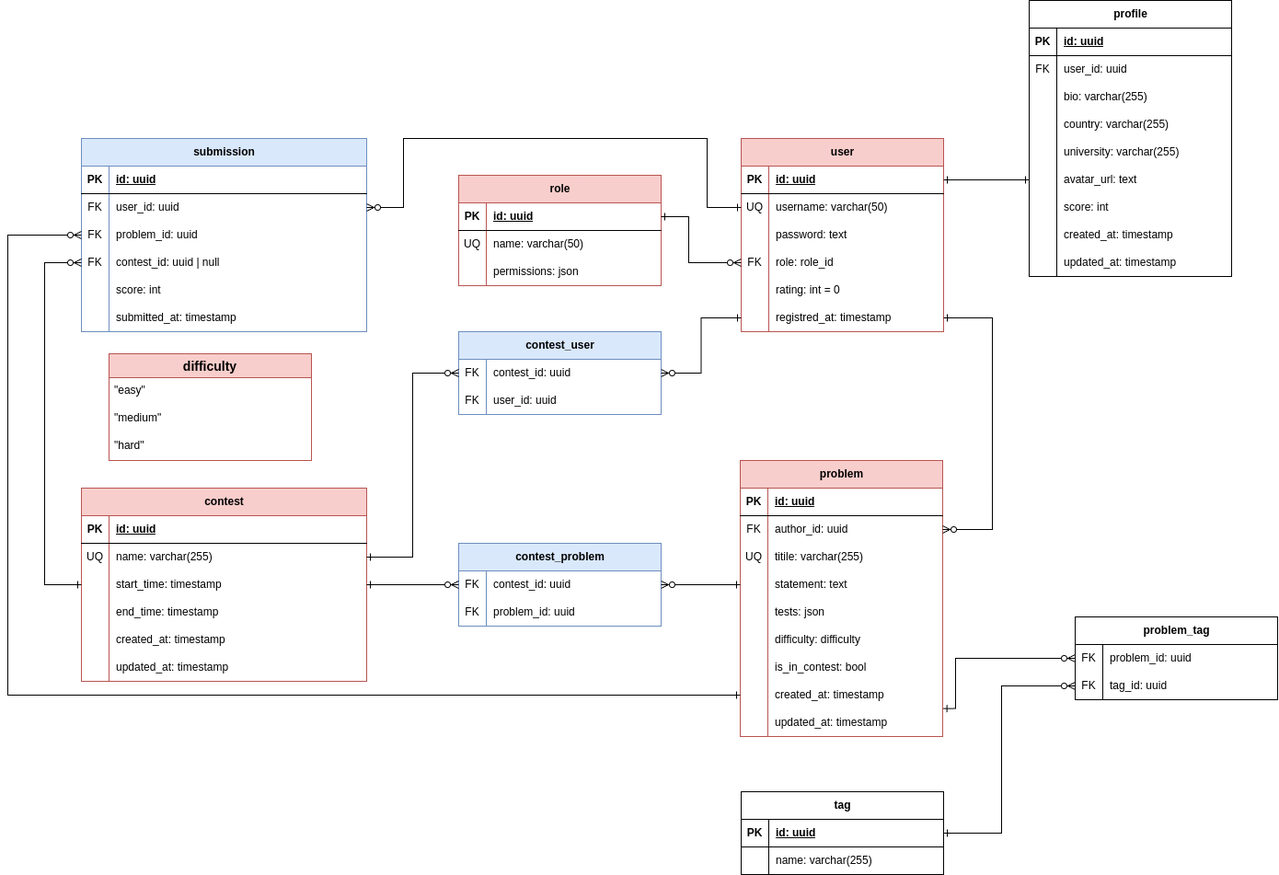
Above: docs/erd.png in Jduun/contest-platform (draw.io), before the change. Source tidied: cells renumbered, new cells last; positions are measured from the earlier drawing's top-left corner, leaving out a move shared by most shapes.
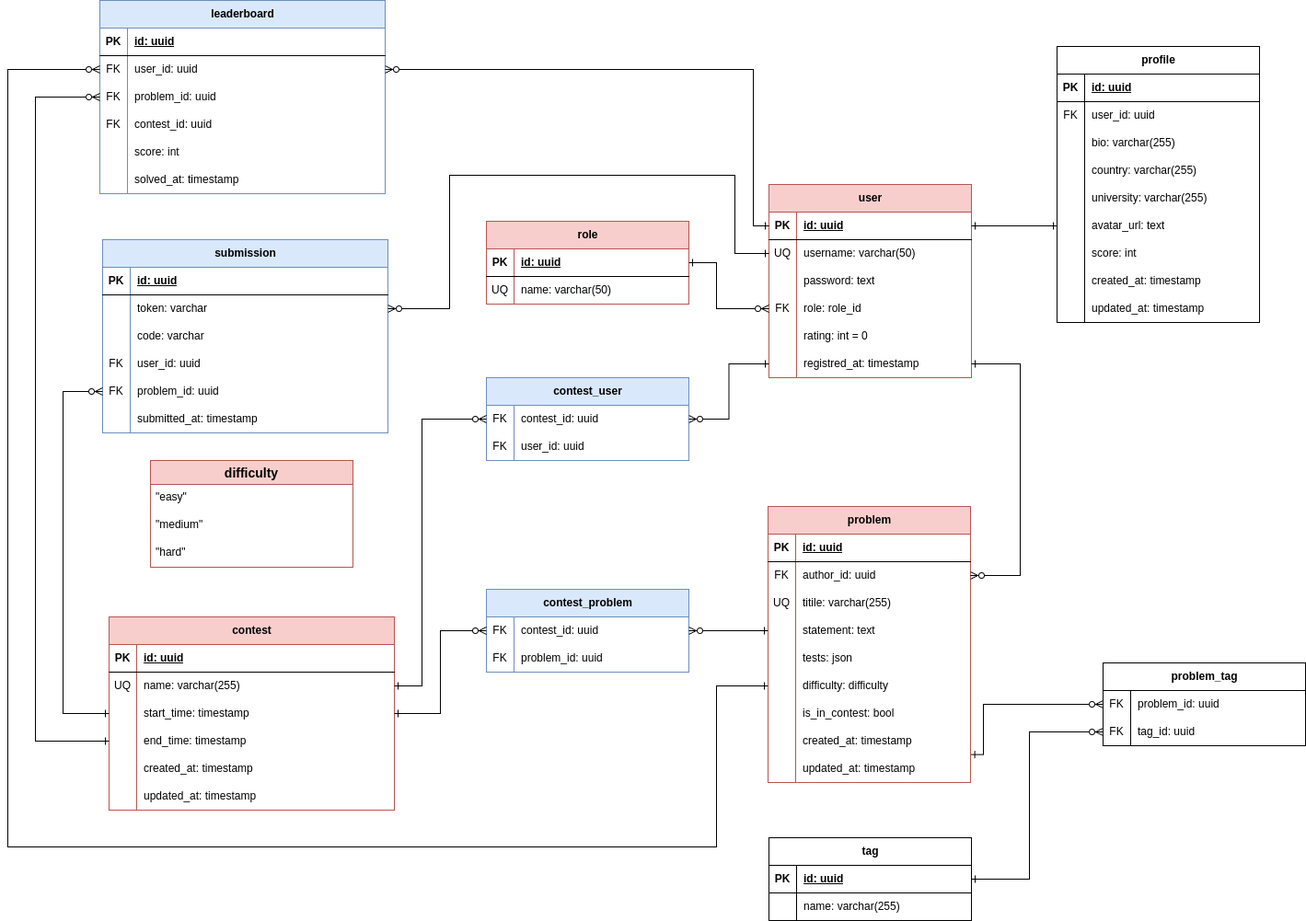
After the change.

Commit message:
fix: little changes in db entities

The edit, as a diff of the source:
```diff
@@ -144,7 +144,7 @@
       <mxGeometry x="30" width="190" height="30" as="geometry" />
     </mxCell>
     <mxCell id="49" value="difficulty" style="swimlane;fontStyle=1;horizontal=1;startSize=26;align=center;fontSize=14;fillColor=#f8cecc;strokeColor=#b85450;" parent="1" vertex="1">
-      <mxGeometry x="110" y="384" width="220" height="116" as="geometry" />
+      <mxGeometry x="125" y="450" width="220" height="116" as="geometry" />
     </mxCell>
     <mxCell id="50" value="&quot;easy&quot;" style="text;strokeColor=none;fillColor=none;spacingLeft=4;spacingRight=4;overflow=hidden;fontSize=12;whiteSpace=wrap;html=1;" parent="49" vertex="1">
       <mxGeometry y="26" width="220" height="30" as="geometry" />
@@ -301,7 +301,7 @@
       <mxGeometry relative="1" as="geometry" />
     </mxCell>
     <mxCell id="98" value="role" style="shape=table;startSize=30;rowLines=0;fontStyle=1;align=center;html=1;fillColor=#f8cecc;strokeColor=#b85450;" parent="1" vertex="1">
-      <mxGeometry x="490" y="190" width="220" height="120" as="geometry" />
+      <mxGeometry x="490" y="190" width="220" height="90" as="geometry" />
     </mxCell>
     <mxCell id="99" style="shape=tableRow;horizontal=0;startSize=0;swimlaneHead=0;swimlaneBody=0;fillColor=none;points=[[0,0.5],[1,0.5]];portConstraint=eastwest;top=0;left=0;right=0;bottom=1;" parent="98" vertex="1">
       <mxGeometry y="30" width="220" height="30" as="geometry" />
@@ -321,15 +321,6 @@
     <mxCell id="104" value="name: varchar(50)" style="shape=partialRectangle;fillColor=none;top=0;left=0;bottom=0;right=0;align=left;spacingLeft=6;overflow=hidden;whiteSpace=wrap;html=1;" parent="102" vertex="1">
       <mxGeometry x="30" width="190" height="30" as="geometry" />
     </mxCell>
-    <mxCell id="105" style="shape=tableRow;horizontal=0;startSize=0;swimlaneHead=0;swimlaneBody=0;fillColor=none;top=0;left=0;right=0;bottom=0;" parent="98" vertex="1">
-      <mxGeometry y="90" width="220" height="30" as="geometry" />
-    </mxCell>
-    <mxCell id="106" style="shape=partialRectangle;fillColor=none;top=0;left=0;bottom=0;right=0;overflow=hidden;whiteSpace=wrap;html=1;" parent="105" vertex="1">
-      <mxGeometry width="30" height="30" as="geometry" />
-    </mxCell>
-    <mxCell id="107" value="permissions: json" style="shape=partialRectangle;fillColor=none;top=0;left=0;bottom=0;right=0;align=left;spacingLeft=6;overflow=hidden;whiteSpace=wrap;html=1;" parent="105" vertex="1">
-      <mxGeometry x="30" width="190" height="30" as="geometry" />
-    </mxCell>
     <mxCell id="108" style="edgeStyle=orthogonalEdgeStyle;rounded=0;jettySize=auto;html=1;exitX=1;exitY=0.5;exitDx=0;exitDy=0;entryX=0;entryY=0.5;entryDx=0;entryDy=0;startArrow=ERone;startFill=0;endArrow=ERzeroToMany;endFill=0;" parent="1" edge="1" source="99" target="12">
       <mxGeometry relative="1" as="geometry">
         <Array as="points">
@@ -339,7 +330,7 @@
       </mxGeometry>
     </mxCell>
     <mxCell id="109" value="contest" style="shape=table;startSize=30;rowLines=0;fontStyle=1;align=center;html=1;fillColor=#f8cecc;strokeColor=#b85450;" parent="1" vertex="1">
-      <mxGeometry x="80" y="530" width="310" height="210" as="geometry" />
+      <mxGeometry x="80" y="620" width="310" height="210" as="geometry" />
     </mxCell>
     <mxCell id="110" style="shape=tableRow;horizontal=0;startSize=0;swimlaneHead=0;swimlaneBody=0;fillColor=none;top=0;left=0;right=0;bottom=1;" parent="109" vertex="1">
       <mxGeometry y="30" width="310" height="30" as="geometry" />
@@ -444,13 +435,18 @@
       <mxGeometry relative="1" as="geometry" />
     </mxCell>
     <mxCell id="144" style="edgeStyle=orthogonalEdgeStyle;rounded=0;jettySize=auto;html=1;exitX=1;exitY=0.5;exitDx=0;exitDy=0;entryX=0;entryY=0.5;entryDx=0;entryDy=0;startArrow=ERone;startFill=0;endArrow=ERzeroToMany;endFill=0;" parent="1" edge="1" source="113" target="136">
-      <mxGeometry relative="1" as="geometry" />
+      <mxGeometry relative="1" as="geometry">
+        <Array as="points">
+          <mxPoint x="420" y="695" />
+          <mxPoint x="420" y="405" />
+        </Array>
+      </mxGeometry>
     </mxCell>
     <mxCell id="145" style="edgeStyle=orthogonalEdgeStyle;rounded=0;jettySize=auto;html=1;exitX=0;exitY=0.5;exitDx=0;exitDy=0;entryX=1;entryY=0.5;entryDx=0;entryDy=0;startArrow=ERone;startFill=0;endArrow=ERzeroToMany;endFill=0;" parent="1" edge="1" source="18" target="136">
       <mxGeometry relative="1" as="geometry" />
     </mxCell>
     <mxCell id="146" value="submission" style="shape=table;startSize=30;rowLines=0;fontStyle=1;align=center;html=1;fillColor=#dae8fc;strokeColor=#6c8ebf;" parent="1" vertex="1">
-      <mxGeometry x="80" y="150" width="310" height="210" as="geometry" />
+      <mxGeometry x="73" y="210" width="310" height="210" as="geometry" />
     </mxCell>
     <mxCell id="147" style="shape=tableRow;horizontal=0;startSize=0;swimlaneHead=0;swimlaneBody=0;fillColor=none;top=0;left=0;right=0;bottom=1;" parent="146" vertex="1">
       <mxGeometry y="30" width="310" height="30" as="geometry" />
@@ -464,14 +460,32 @@
     <mxCell id="150" style="shape=tableRow;horizontal=0;startSize=0;swimlaneHead=0;swimlaneBody=0;fillColor=none;points=[[0,0.5],[1,0.5]];portConstraint=eastwest;top=0;left=0;right=0;bottom=0;" parent="146" vertex="1">
       <mxGeometry y="60" width="310" height="30" as="geometry" />
     </mxCell>
-    <mxCell id="151" value="FK" style="shape=partialRectangle;fillColor=none;top=0;left=0;bottom=0;right=0;overflow=hidden;whiteSpace=wrap;html=1;" parent="150" vertex="1">
+    <mxCell id="151" style="shape=partialRectangle;fillColor=none;top=0;left=0;bottom=0;right=0;overflow=hidden;whiteSpace=wrap;html=1;" parent="150" vertex="1">
       <mxGeometry width="30" height="30" as="geometry" />
     </mxCell>
-    <mxCell id="152" value="user_id: uuid" style="shape=partialRectangle;fillColor=none;top=0;left=0;bottom=0;right=0;align=left;spacingLeft=6;overflow=hidden;whiteSpace=wrap;html=1;" parent="150" vertex="1">
+    <mxCell id="152" value="token: varchar" style="shape=partialRectangle;fillColor=none;top=0;left=0;bottom=0;right=0;align=left;spacingLeft=6;overflow=hidden;whiteSpace=wrap;html=1;" parent="150" vertex="1">
       <mxGeometry x="30" width="280" height="30" as="geometry" />
     </mxCell>
+    <mxCell id="169" style="shape=tableRow;horizontal=0;startSize=0;swimlaneHead=0;swimlaneBody=0;fillColor=none;top=0;left=0;right=0;bottom=0;" parent="146" vertex="1">
+      <mxGeometry y="90" width="310" height="30" as="geometry" />
+    </mxCell>
+    <mxCell id="170" style="shape=partialRectangle;fillColor=none;top=0;left=0;bottom=0;right=0;overflow=hidden;whiteSpace=wrap;html=1;" parent="169" vertex="1">
+      <mxGeometry width="30" height="30" as="geometry" />
+    </mxCell>
+    <mxCell id="171" value="code: varchar" style="shape=partialRectangle;fillColor=none;top=0;left=0;bottom=0;right=0;align=left;spacingLeft=6;overflow=hidden;whiteSpace=wrap;html=1;" parent="169" vertex="1">
+      <mxGeometry x="30" width="280" height="30" as="geometry" />
+    </mxCell>
+    <mxCell id="172" style="shape=tableRow;horizontal=0;startSize=0;swimlaneHead=0;swimlaneBody=0;fillColor=none;top=0;left=0;right=0;bottom=0;" parent="146" vertex="1">
+      <mxGeometry y="120" width="310" height="30" as="geometry" />
+    </mxCell>
+    <mxCell id="173" value="FK" style="shape=partialRectangle;fillColor=none;top=0;left=0;bottom=0;right=0;overflow=hidden;whiteSpace=wrap;html=1;" parent="172" vertex="1">
+      <mxGeometry width="30" height="30" as="geometry" />
+    </mxCell>
+    <mxCell id="174" value="user_id: uuid" style="shape=partialRectangle;fillColor=none;top=0;left=0;bottom=0;right=0;align=left;spacingLeft=6;overflow=hidden;whiteSpace=wrap;html=1;" parent="172" vertex="1">
+      <mxGeometry x="30" width="280" height="30" as="geometry" />
+    </mxCell>
     <mxCell id="153" style="shape=tableRow;horizontal=0;startSize=0;swimlaneHead=0;swimlaneBody=0;fillColor=none;points=[[0,0.5],[1,0.5]];portConstraint=eastwest;top=0;left=0;right=0;bottom=0;" parent="146" vertex="1">
-      <mxGeometry y="90" width="310" height="30" as="geometry" />
+      <mxGeometry y="150" width="310" height="30" as="geometry" />
     </mxCell>
     <mxCell id="154" value="FK" style="shape=partialRectangle;fillColor=none;top=0;left=0;bottom=0;right=0;overflow=hidden;whiteSpace=wrap;html=1;" parent="153" vertex="1">
       <mxGeometry width="30" height="30" as="geometry" />
@@ -479,24 +493,6 @@
     <mxCell id="155" value="problem_id: uuid" style="shape=partialRectangle;fillColor=none;top=0;left=0;bottom=0;right=0;align=left;spacingLeft=6;overflow=hidden;whiteSpace=wrap;html=1;" parent="153" vertex="1">
       <mxGeometry x="30" width="280" height="30" as="geometry" />
     </mxCell>
-    <mxCell id="156" style="shape=tableRow;horizontal=0;startSize=0;swimlaneHead=0;swimlaneBody=0;fillColor=none;points=[[0,0.5],[1,0.5]];portConstraint=eastwest;top=0;left=0;right=0;bottom=0;" parent="146" vertex="1">
-      <mxGeometry y="120" width="310" height="30" as="geometry" />
-    </mxCell>
-    <mxCell id="157" value="FK" style="shape=partialRectangle;fillColor=none;top=0;left=0;bottom=0;right=0;overflow=hidden;whiteSpace=wrap;html=1;" parent="156" vertex="1">
-      <mxGeometry width="30" height="30" as="geometry" />
-    </mxCell>
-    <mxCell id="158" value="contest_id: uuid | null" style="shape=partialRectangle;fillColor=none;top=0;left=0;bottom=0;right=0;align=left;spacingLeft=6;overflow=hidden;whiteSpace=wrap;html=1;" parent="156" vertex="1">
-      <mxGeometry x="30" width="280" height="30" as="geometry" />
-    </mxCell>
-    <mxCell id="159" style="shape=tableRow;horizontal=0;startSize=0;swimlaneHead=0;swimlaneBody=0;fillColor=none;top=0;left=0;right=0;bottom=0;" parent="146" vertex="1">
-      <mxGeometry y="150" width="310" height="30" as="geometry" />
-    </mxCell>
-    <mxCell id="160" style="shape=partialRectangle;fillColor=none;top=0;left=0;bottom=0;right=0;overflow=hidden;whiteSpace=wrap;html=1;" parent="159" vertex="1">
-      <mxGeometry width="30" height="30" as="geometry" />
-    </mxCell>
-    <mxCell id="161" value="score: int" style="shape=partialRectangle;fillColor=none;top=0;left=0;bottom=0;right=0;align=left;spacingLeft=6;overflow=hidden;whiteSpace=wrap;html=1;" parent="159" vertex="1">
-      <mxGeometry x="30" width="280" height="30" as="geometry" />
-    </mxCell>
     <mxCell id="162" style="shape=tableRow;horizontal=0;startSize=0;swimlaneHead=0;swimlaneBody=0;fillColor=none;top=0;left=0;right=0;bottom=0;" parent="146" vertex="1">
       <mxGeometry y="180" width="310" height="30" as="geometry" />
     </mxCell>
@@ -506,39 +502,114 @@
     <mxCell id="164" value="submitted_at: timestamp" style="shape=partialRectangle;fillColor=none;top=0;left=0;bottom=0;right=0;align=left;spacingLeft=6;overflow=hidden;whiteSpace=wrap;html=1;" parent="162" vertex="1">
       <mxGeometry x="30" width="280" height="30" as="geometry" />
     </mxCell>
+    <mxCell id="168" style="edgeStyle=orthogonalEdgeStyle;rounded=0;jettySize=auto;html=1;exitX=1;exitY=0.5;exitDx=0;exitDy=0;entryX=1;entryY=0.5;entryDx=0;entryDy=0;startArrow=ERone;startFill=0;endArrow=ERzeroToMany;endFill=0;" parent="1" edge="1" source="18" target="25">
+      <mxGeometry relative="1" as="geometry">
+        <Array as="points">
+          <mxPoint x="1070" y="345" />
+          <mxPoint x="1070" y="575" />
+        </Array>
+      </mxGeometry>
+    </mxCell>
+    <mxCell id="175" value="leaderboard" style="shape=table;startSize=30;rowLines=0;fontStyle=1;align=center;html=1;fillColor=#dae8fc;strokeColor=#6c8ebf;" parent="1" vertex="1">
+      <mxGeometry x="70" y="-50" width="310" height="210" as="geometry" />
+    </mxCell>
+    <mxCell id="176" style="shape=tableRow;horizontal=0;startSize=0;swimlaneHead=0;swimlaneBody=0;fillColor=none;top=0;left=0;right=0;bottom=1;" parent="175" vertex="1">
+      <mxGeometry y="30" width="310" height="30" as="geometry" />
+    </mxCell>
+    <mxCell id="177" value="PK" style="shape=partialRectangle;fillColor=none;top=0;left=0;bottom=0;right=0;fontStyle=1;overflow=hidden;whiteSpace=wrap;html=1;" parent="176" vertex="1">
+      <mxGeometry width="30" height="30" as="geometry" />
+    </mxCell>
+    <mxCell id="178" value="id: uuid" style="shape=partialRectangle;fillColor=none;top=0;left=0;bottom=0;right=0;align=left;spacingLeft=6;fontStyle=5;overflow=hidden;whiteSpace=wrap;html=1;" parent="176" vertex="1">
+      <mxGeometry x="30" width="280" height="30" as="geometry" />
+    </mxCell>
+    <mxCell id="179" style="shape=tableRow;horizontal=0;startSize=0;swimlaneHead=0;swimlaneBody=0;fillColor=none;points=[[0,0.5],[1,0.5]];portConstraint=eastwest;top=0;left=0;right=0;bottom=0;" parent="175" vertex="1">
+      <mxGeometry y="60" width="310" height="30" as="geometry" />
+    </mxCell>
+    <mxCell id="180" value="FK" style="shape=partialRectangle;fillColor=none;top=0;left=0;bottom=0;right=0;overflow=hidden;whiteSpace=wrap;html=1;" parent="179" vertex="1">
+      <mxGeometry width="30" height="30" as="geometry" />
+    </mxCell>
+    <mxCell id="181" value="user_id: uuid" style="shape=partialRectangle;fillColor=none;top=0;left=0;bottom=0;right=0;align=left;spacingLeft=6;overflow=hidden;whiteSpace=wrap;html=1;" parent="179" vertex="1">
+      <mxGeometry x="30" width="280" height="30" as="geometry" />
+    </mxCell>
+    <mxCell id="182" style="shape=tableRow;horizontal=0;startSize=0;swimlaneHead=0;swimlaneBody=0;fillColor=none;points=[[0,0.5],[1,0.5]];portConstraint=eastwest;top=0;left=0;right=0;bottom=0;" parent="175" vertex="1">
+      <mxGeometry y="90" width="310" height="30" as="geometry" />
+    </mxCell>
+    <mxCell id="183" value="FK" style="shape=partialRectangle;fillColor=none;top=0;left=0;bottom=0;right=0;overflow=hidden;whiteSpace=wrap;html=1;" parent="182" vertex="1">
+      <mxGeometry width="30" height="30" as="geometry" />
+    </mxCell>
+    <mxCell id="184" value="problem_id: uuid" style="shape=partialRectangle;fillColor=none;top=0;left=0;bottom=0;right=0;align=left;spacingLeft=6;overflow=hidden;whiteSpace=wrap;html=1;" parent="182" vertex="1">
+      <mxGeometry x="30" width="280" height="30" as="geometry" />
+    </mxCell>
+    <mxCell id="185" style="shape=tableRow;horizontal=0;startSize=0;swimlaneHead=0;swimlaneBody=0;fillColor=none;top=0;left=0;right=0;bottom=0;" parent="175" vertex="1">
+      <mxGeometry y="120" width="310" height="30" as="geometry" />
+    </mxCell>
+    <mxCell id="186" value="FK" style="shape=partialRectangle;fillColor=none;top=0;left=0;bottom=0;right=0;overflow=hidden;whiteSpace=wrap;html=1;" parent="185" vertex="1">
+      <mxGeometry width="30" height="30" as="geometry" />
+    </mxCell>
+    <mxCell id="187" value="contest_id: uuid" style="shape=partialRectangle;fillColor=none;top=0;left=0;bottom=0;right=0;align=left;spacingLeft=6;overflow=hidden;whiteSpace=wrap;html=1;" parent="185" vertex="1">
+      <mxGeometry x="30" width="280" height="30" as="geometry" />
+    </mxCell>
+    <mxCell id="159" style="shape=tableRow;horizontal=0;startSize=0;swimlaneHead=0;swimlaneBody=0;fillColor=none;top=0;left=0;right=0;bottom=0;" parent="175" vertex="1">
+      <mxGeometry y="150" width="310" height="30" as="geometry" />
+    </mxCell>
+    <mxCell id="188" style="shape=partialRectangle;fillColor=none;top=0;left=0;bottom=0;right=0;overflow=hidden;whiteSpace=wrap;html=1;" parent="159" vertex="1">
+      <mxGeometry width="30" height="30" as="geometry" />
+    </mxCell>
+    <mxCell id="161" value="score: int" style="shape=partialRectangle;fillColor=none;top=0;left=0;bottom=0;right=0;align=left;spacingLeft=6;overflow=hidden;whiteSpace=wrap;html=1;" parent="159" vertex="1">
+      <mxGeometry x="30" width="280" height="30" as="geometry" />
+    </mxCell>
+    <mxCell id="189" style="shape=tableRow;horizontal=0;startSize=0;swimlaneHead=0;swimlaneBody=0;fillColor=none;top=0;left=0;right=0;bottom=0;" parent="175" vertex="1">
+      <mxGeometry y="180" width="310" height="30" as="geometry" />
+    </mxCell>
+    <mxCell id="190" style="shape=partialRectangle;fillColor=none;top=0;left=0;bottom=0;right=0;overflow=hidden;whiteSpace=wrap;html=1;" parent="189" vertex="1">
+      <mxGeometry width="30" height="30" as="geometry" />
+    </mxCell>
+    <mxCell id="191" value="solved_at: timestamp" style="shape=partialRectangle;fillColor=none;top=0;left=0;bottom=0;right=0;align=left;spacingLeft=6;overflow=hidden;whiteSpace=wrap;html=1;" parent="189" vertex="1">
+      <mxGeometry x="30" width="280" height="30" as="geometry" />
+    </mxCell>
     <mxCell id="165" style="edgeStyle=orthogonalEdgeStyle;rounded=0;jettySize=auto;html=1;exitX=0;exitY=0.5;exitDx=0;exitDy=0;entryX=1;entryY=0.5;entryDx=0;entryDy=0;startArrow=ERone;startFill=0;endArrow=ERzeroToMany;endFill=0;" parent="1" edge="1" source="6" target="150">
       <mxGeometry relative="1" as="geometry">
         <Array as="points">
           <mxPoint x="760" y="225" />
-          <mxPoint x="760" y="150" />
-          <mxPoint x="430" y="150" />
-          <mxPoint x="430" y="225" />
+          <mxPoint x="760" y="140" />
+          <mxPoint x="450" y="140" />
+          <mxPoint x="450" y="285" />
         </Array>
       </mxGeometry>
     </mxCell>
-    <mxCell id="166" style="edgeStyle=orthogonalEdgeStyle;rounded=0;jettySize=auto;html=1;exitX=0;exitY=0.5;exitDx=0;exitDy=0;entryX=0;entryY=0.5;entryDx=0;entryDy=0;startArrow=ERone;startFill=0;endArrow=ERzeroToMany;endFill=0;" parent="1" edge="1" source="116" target="156">
-      <mxGeometry relative="1" as="geometry">
-        <Array as="points">
-          <mxPoint x="40" y="635" />
-          <mxPoint x="40" y="285" />
-        </Array>
-      </mxGeometry>
-    </mxCell>
-    <mxCell id="167" style="edgeStyle=orthogonalEdgeStyle;rounded=0;jettySize=auto;html=1;exitX=0;exitY=0.5;exitDx=0;exitDy=0;entryX=0;entryY=0.5;entryDx=0;entryDy=0;startArrow=ERone;startFill=0;endArrow=ERzeroToMany;endFill=0;" parent="1" edge="1" source="43" target="153">
-      <mxGeometry relative="1" as="geometry">
-        <Array as="points">
-          <mxPoint y="755" />
-          <mxPoint y="255" />
-        </Array>
-      </mxGeometry>
-    </mxCell>
-    <mxCell id="168" style="edgeStyle=orthogonalEdgeStyle;rounded=0;jettySize=auto;html=1;exitX=1;exitY=0.5;exitDx=0;exitDy=0;entryX=1;entryY=0.5;entryDx=0;entryDy=0;startArrow=ERone;startFill=0;endArrow=ERzeroToMany;endFill=0;" parent="1" edge="1" source="18" target="25">
-      <mxGeometry relative="1" as="geometry">
-        <Array as="points">
-          <mxPoint x="1070" y="345" />
-          <mxPoint x="1070" y="575" />
-        </Array>
-      </mxGeometry>
-    </mxCell>
+    <mxCell id="192" style="edgeStyle=orthogonalEdgeStyle;rounded=0;jettySize=auto;html=1;exitX=0;exitY=0.5;exitDx=0;exitDy=0;entryX=0;entryY=0.5;entryDx=0;entryDy=0;startArrow=ERone;startFill=0;endArrow=ERzeroToMany;endFill=0;" parent="1" edge="1" source="116" target="153">
+      <mxGeometry relative="1" as="geometry">
+        <Array as="points">
+          <mxPoint x="30" y="725" />
+          <mxPoint x="30" y="375" />
+        </Array>
+      </mxGeometry>
+    </mxCell>
+    <mxCell id="193" style="edgeStyle=orthogonalEdgeStyle;rounded=0;jettySize=auto;html=1;exitX=0;exitY=0.5;exitDx=0;exitDy=0;entryX=1;entryY=0.5;entryDx=0;entryDy=0;endArrow=ERzeroToMany;endFill=0;startArrow=ERone;startFill=0;" parent="1" edge="1" source="3" target="179">
+      <mxGeometry relative="1" as="geometry">
+        <Array as="points">
+          <mxPoint x="780" y="195" />
+          <mxPoint x="780" y="25" />
+        </Array>
+      </mxGeometry>
+    </mxCell>
+    <mxCell id="194" style="edgeStyle=orthogonalEdgeStyle;rounded=0;jettySize=auto;html=1;exitX=0;exitY=0.5;exitDx=0;exitDy=0;entryX=0;entryY=0.5;entryDx=0;entryDy=0;startArrow=ERone;startFill=0;endArrow=ERzeroToMany;endFill=0;" parent="1" edge="1" source="119" target="182">
+      <mxGeometry relative="1" as="geometry">
+        <Array as="points">
+          <mxPoint y="755" />
+          <mxPoint y="55" />
+        </Array>
+      </mxGeometry>
+    </mxCell>
+    <mxCell id="195" style="edgeStyle=orthogonalEdgeStyle;rounded=0;jettySize=auto;html=1;exitX=0;exitY=0.5;exitDx=0;exitDy=0;entryX=0;entryY=0.5;entryDx=0;entryDy=0;startArrow=ERone;startFill=0;endArrow=ERzeroToMany;endFill=0;" parent="1" edge="1" source="37" target="179">
+      <mxGeometry relative="1" as="geometry">
+        <Array as="points">
+          <mxPoint x="740" y="695" />
+          <mxPoint x="740" y="870" />
+          <mxPoint x="-30" y="870" />
+          <mxPoint x="-30" y="25" />
+        </Array>
+      </mxGeometry>
+    </mxCell>
   </root>
 </mxGraphModel>
```
